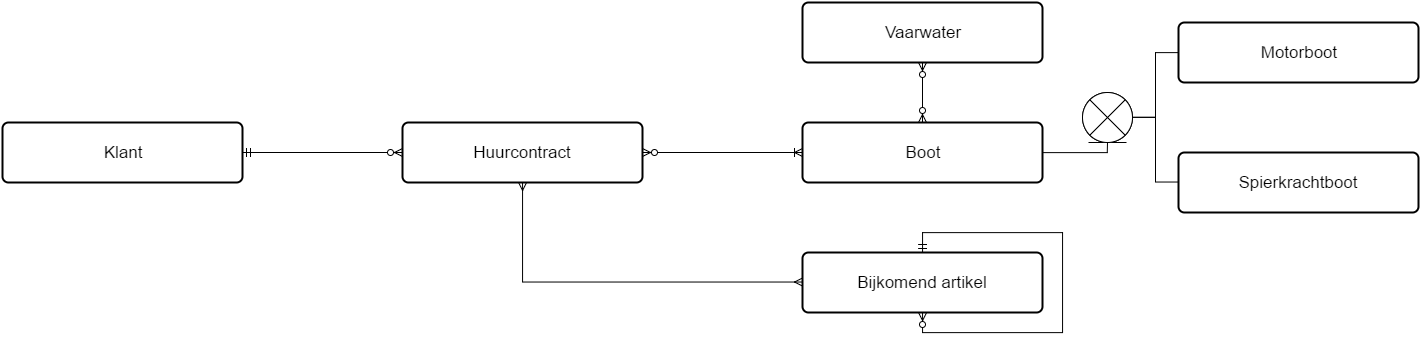
Earlier version of the draw.io export Documentatie/ERD 't Sloepke.png (FireRageNL/LivePerformance). Source tidied: cells renumbered, new cells last; positions are measured from the earlier drawing's top-left corner, leaving out a move shared by most shapes. The source it was exported from:
```xml
<mxGraphModel background="#ffffff">
  <root>
    <mxCell id="0" style="html=1;" />
    <mxCell id="1" style="html=1;" parent="0" />
    <mxCell id="2" style="edgeStyle=orthogonalEdgeStyle;rounded=0;html=1;startArrow=ERmandOne;startFill=0;endArrow=ERzeroToMany;endFill=1;jettySize=auto;strokeColor=#000000;fontSize=17;" parent="1" edge="1" source="3" target="4">
      <mxGeometry relative="1" as="geometry" />
    </mxCell>
    <mxCell id="3" value="Klant" style="strokeWidth=2;rounded=1;arcSize=10;whiteSpace=wrap;html=1;align=center;fontSize=17;" parent="1" vertex="1">
      <mxGeometry y="120" width="240" height="60" as="geometry" />
    </mxCell>
    <mxCell id="4" value="Huurcontract" style="strokeWidth=2;rounded=1;arcSize=10;whiteSpace=wrap;html=1;align=center;fontSize=17;" parent="1" vertex="1">
      <mxGeometry x="400" y="120" width="240" height="60" as="geometry" />
    </mxCell>
    <mxCell id="5" style="edgeStyle=orthogonalEdgeStyle;rounded=0;html=1;startArrow=ERoneToMany;startFill=0;endArrow=ERzeroToMany;endFill=1;jettySize=auto;strokeColor=#000000;fontSize=17;" parent="1" edge="1" source="6" target="4">
      <mxGeometry relative="1" as="geometry" />
    </mxCell>
    <mxCell id="6" value="Boot" style="strokeWidth=2;rounded=1;arcSize=10;whiteSpace=wrap;html=1;align=center;fontSize=17;" parent="1" vertex="1">
      <mxGeometry x="800" y="120" width="240" height="60" as="geometry" />
    </mxCell>
    <mxCell id="7" style="edgeStyle=orthogonalEdgeStyle;rounded=0;html=1;startArrow=ERmany;startFill=0;endArrow=ERmany;endFill=0;jettySize=auto;strokeColor=#000000;fontSize=17;" parent="1" edge="1" source="8" target="4">
      <mxGeometry relative="1" as="geometry" />
    </mxCell>
    <mxCell id="8" value="Bijkomend artikel" style="strokeWidth=2;rounded=1;arcSize=10;whiteSpace=wrap;html=1;align=center;fontSize=17;" parent="1" vertex="1">
      <mxGeometry x="800" y="250" width="240" height="60" as="geometry" />
    </mxCell>
    <mxCell id="9" style="edgeStyle=orthogonalEdgeStyle;rounded=0;html=1;entryX=0.5;entryY=1;startArrow=ERmandOne;startFill=0;endArrow=ERzeroToMany;endFill=1;jettySize=auto;orthogonalLoop=1;strokeColor=#000000;fontSize=17;" parent="1" edge="1" source="8" target="8">
      <mxGeometry relative="1" as="geometry" />
    </mxCell>
    <mxCell id="10" style="edgeStyle=orthogonalEdgeStyle;rounded=0;html=1;entryX=1;entryY=0.5;startArrow=none;startFill=0;endArrow=none;endFill=0;jettySize=auto;strokeColor=#000000;fontSize=17;" parent="1" edge="1" source="11" target="16">
      <mxGeometry relative="1" as="geometry" />
    </mxCell>
    <mxCell id="11" value="Motorboot" style="strokeWidth=2;rounded=1;arcSize=10;whiteSpace=wrap;html=1;align=center;fontSize=17;" parent="1" vertex="1">
      <mxGeometry x="1176" y="20" width="240" height="60" as="geometry" />
    </mxCell>
    <mxCell id="12" style="edgeStyle=orthogonalEdgeStyle;rounded=0;html=1;entryX=1;entryY=0.5;startArrow=none;startFill=0;endArrow=none;endFill=0;jettySize=auto;strokeColor=#000000;fontSize=17;" parent="1" edge="1" source="13" target="16">
      <mxGeometry relative="1" as="geometry" />
    </mxCell>
    <mxCell id="13" value="Spierkrachtboot" style="strokeWidth=2;rounded=1;arcSize=10;whiteSpace=wrap;html=1;align=center;fontSize=17;" parent="1" vertex="1">
      <mxGeometry x="1176" y="150" width="240" height="60" as="geometry" />
    </mxCell>
    <mxCell id="14" style="ellipse;shape=umlEntity;whiteSpace=wrap;html=1;" parent="1" vertex="1">
      <mxGeometry x="1080" y="90" width="50" height="50" as="geometry" />
    </mxCell>
    <mxCell id="15" style="edgeStyle=orthogonalEdgeStyle;rounded=0;html=1;startArrow=none;startFill=0;endArrow=none;endFill=0;jettySize=auto;strokeColor=#000000;fontSize=17;" parent="1" edge="1" source="16" target="6">
      <mxGeometry relative="1" as="geometry">
        <Array as="points">
          <mxPoint x="1105" y="150" />
        </Array>
      </mxGeometry>
    </mxCell>
    <mxCell id="16" style="shape=sumEllipse;perimeter=ellipsePerimeter;whiteSpace=wrap;html=1;" parent="1" vertex="1">
      <mxGeometry x="1080" y="90" width="50" height="50" as="geometry" />
    </mxCell>
    <mxCell id="17" style="edgeStyle=orthogonalEdgeStyle;rounded=0;html=1;startArrow=ERzeroToMany;startFill=1;endArrow=ERzeroToMany;endFill=1;jettySize=auto;strokeColor=#000000;fontSize=17;" parent="1" edge="1" source="18" target="6">
      <mxGeometry relative="1" as="geometry" />
    </mxCell>
    <mxCell id="18" value="Vaarwater" style="strokeWidth=2;rounded=1;arcSize=10;whiteSpace=wrap;html=1;align=center;fontSize=17;" parent="1" vertex="1">
      <mxGeometry x="800" width="240" height="60" as="geometry" />
    </mxCell>
  </root>
</mxGraphModel>
```
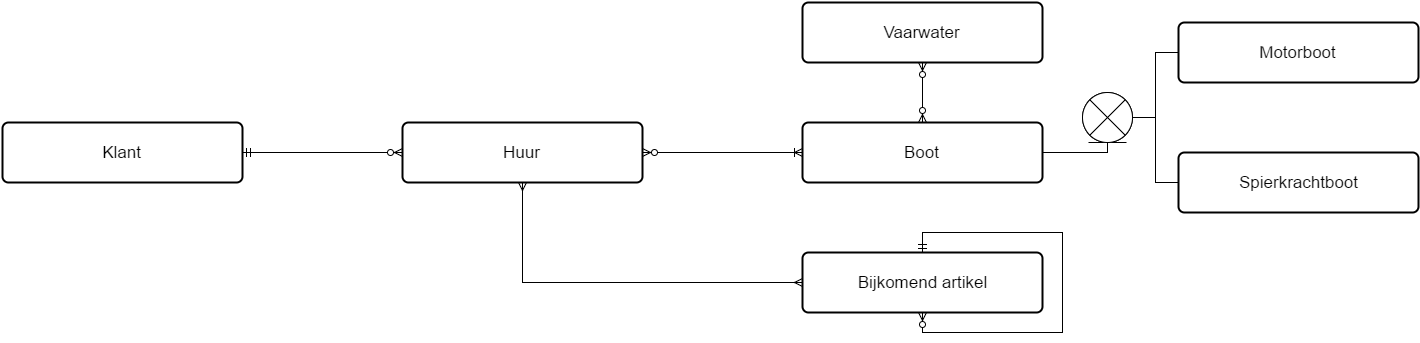
After the change.

Commit message:
kleine verandering in ERD en databasemodel (HUURCONTRACT hernoemd naar HUUR) plus kleine aanpassing in database sql bestand

Change to the diagram source:
```diff
@@ -8,7 +8,7 @@
     <mxCell id="3" value="Klant" style="strokeWidth=2;rounded=1;arcSize=10;whiteSpace=wrap;html=1;align=center;fontSize=17;" parent="1" vertex="1">
       <mxGeometry y="120" width="240" height="60" as="geometry" />
     </mxCell>
-    <mxCell id="4" value="Huurcontract" style="strokeWidth=2;rounded=1;arcSize=10;whiteSpace=wrap;html=1;align=center;fontSize=17;" parent="1" vertex="1">
+    <mxCell id="4" value="Huur" style="strokeWidth=2;rounded=1;arcSize=10;whiteSpace=wrap;html=1;align=center;fontSize=17;" parent="1" vertex="1">
       <mxGeometry x="400" y="120" width="240" height="60" as="geometry" />
     </mxCell>
     <mxCell id="5" style="edgeStyle=orthogonalEdgeStyle;rounded=0;html=1;startArrow=ERoneToMany;startFill=0;endArrow=ERzeroToMany;endFill=1;jettySize=auto;strokeColor=#000000;fontSize=17;" parent="1" edge="1" source="6" target="4">
```
